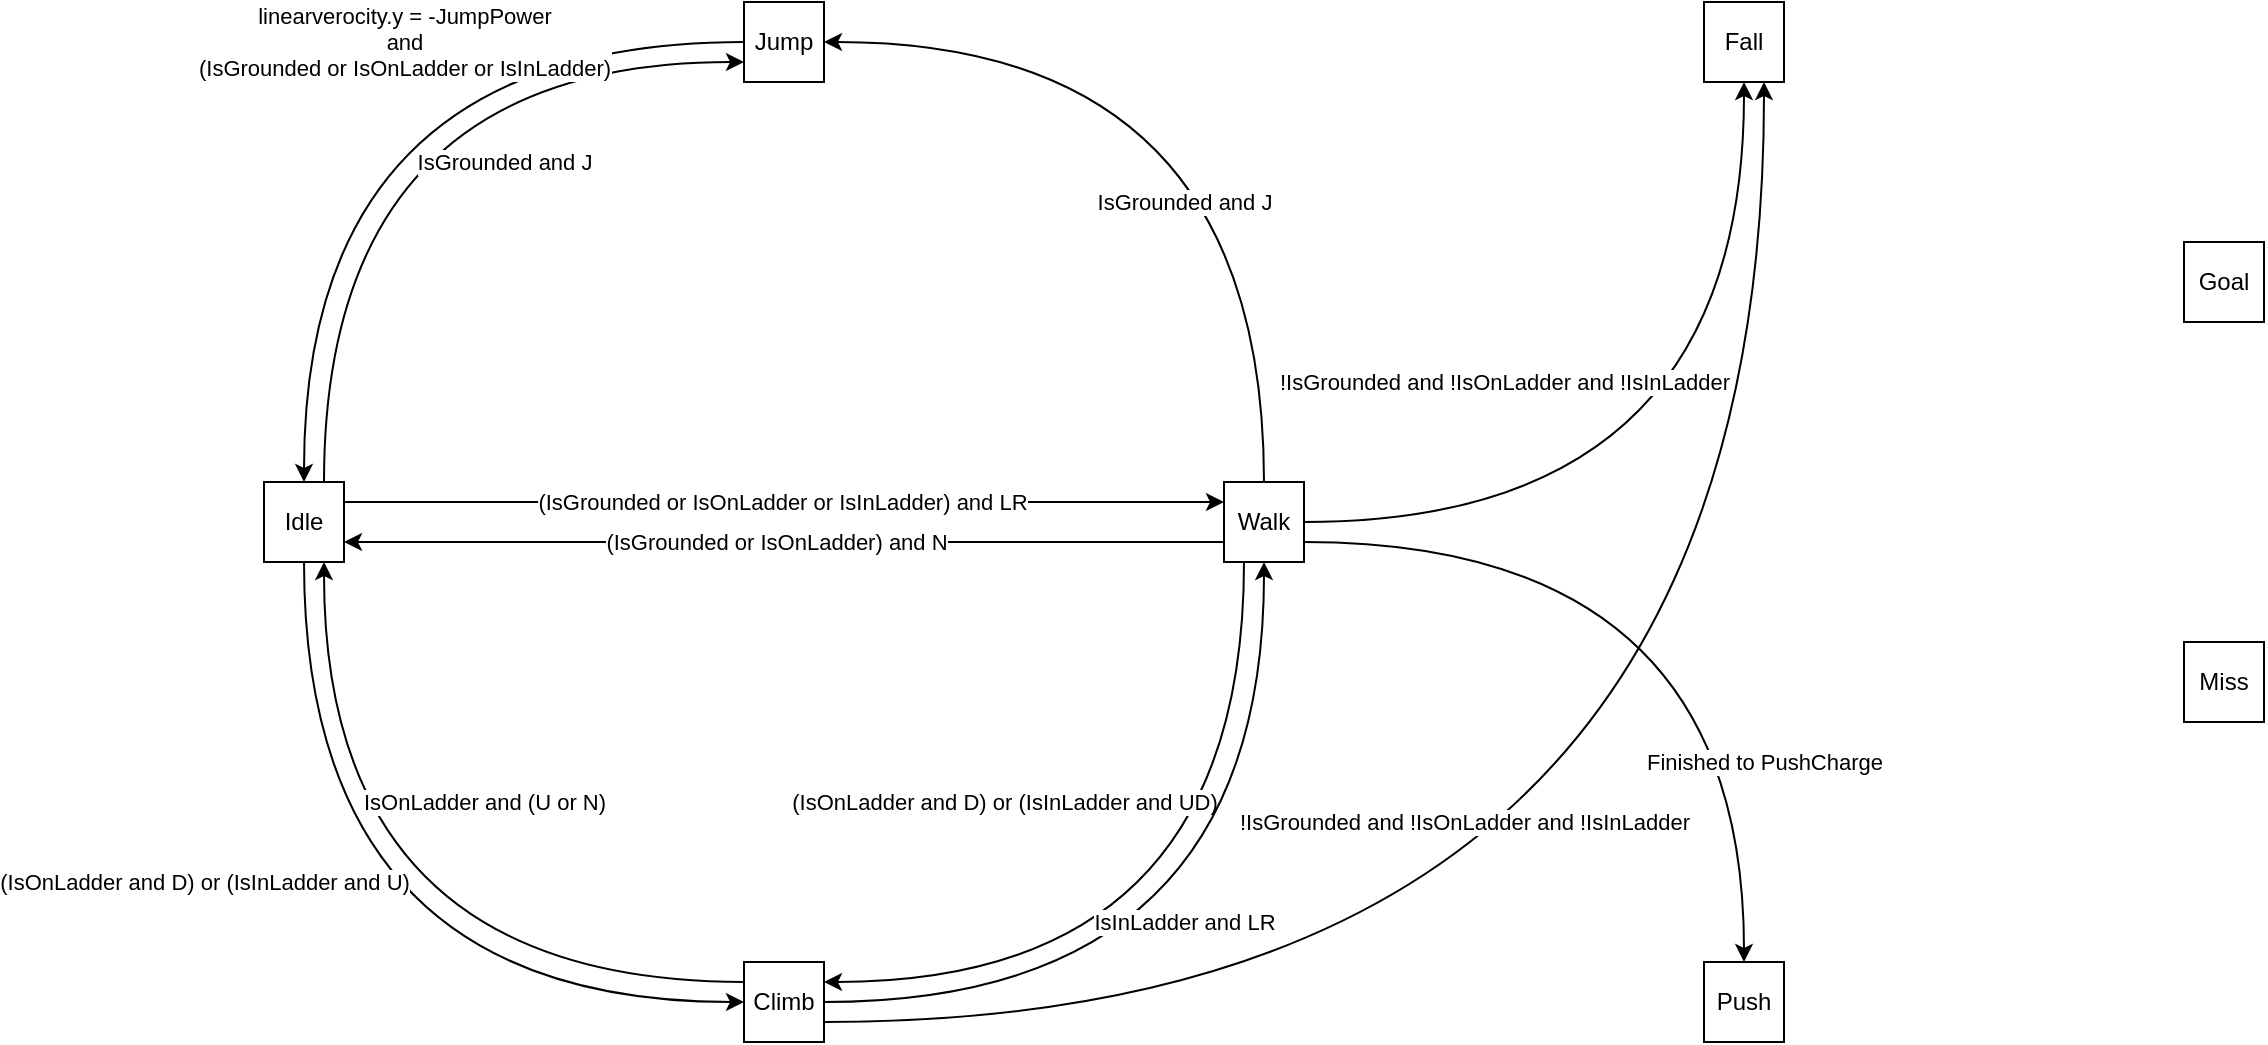
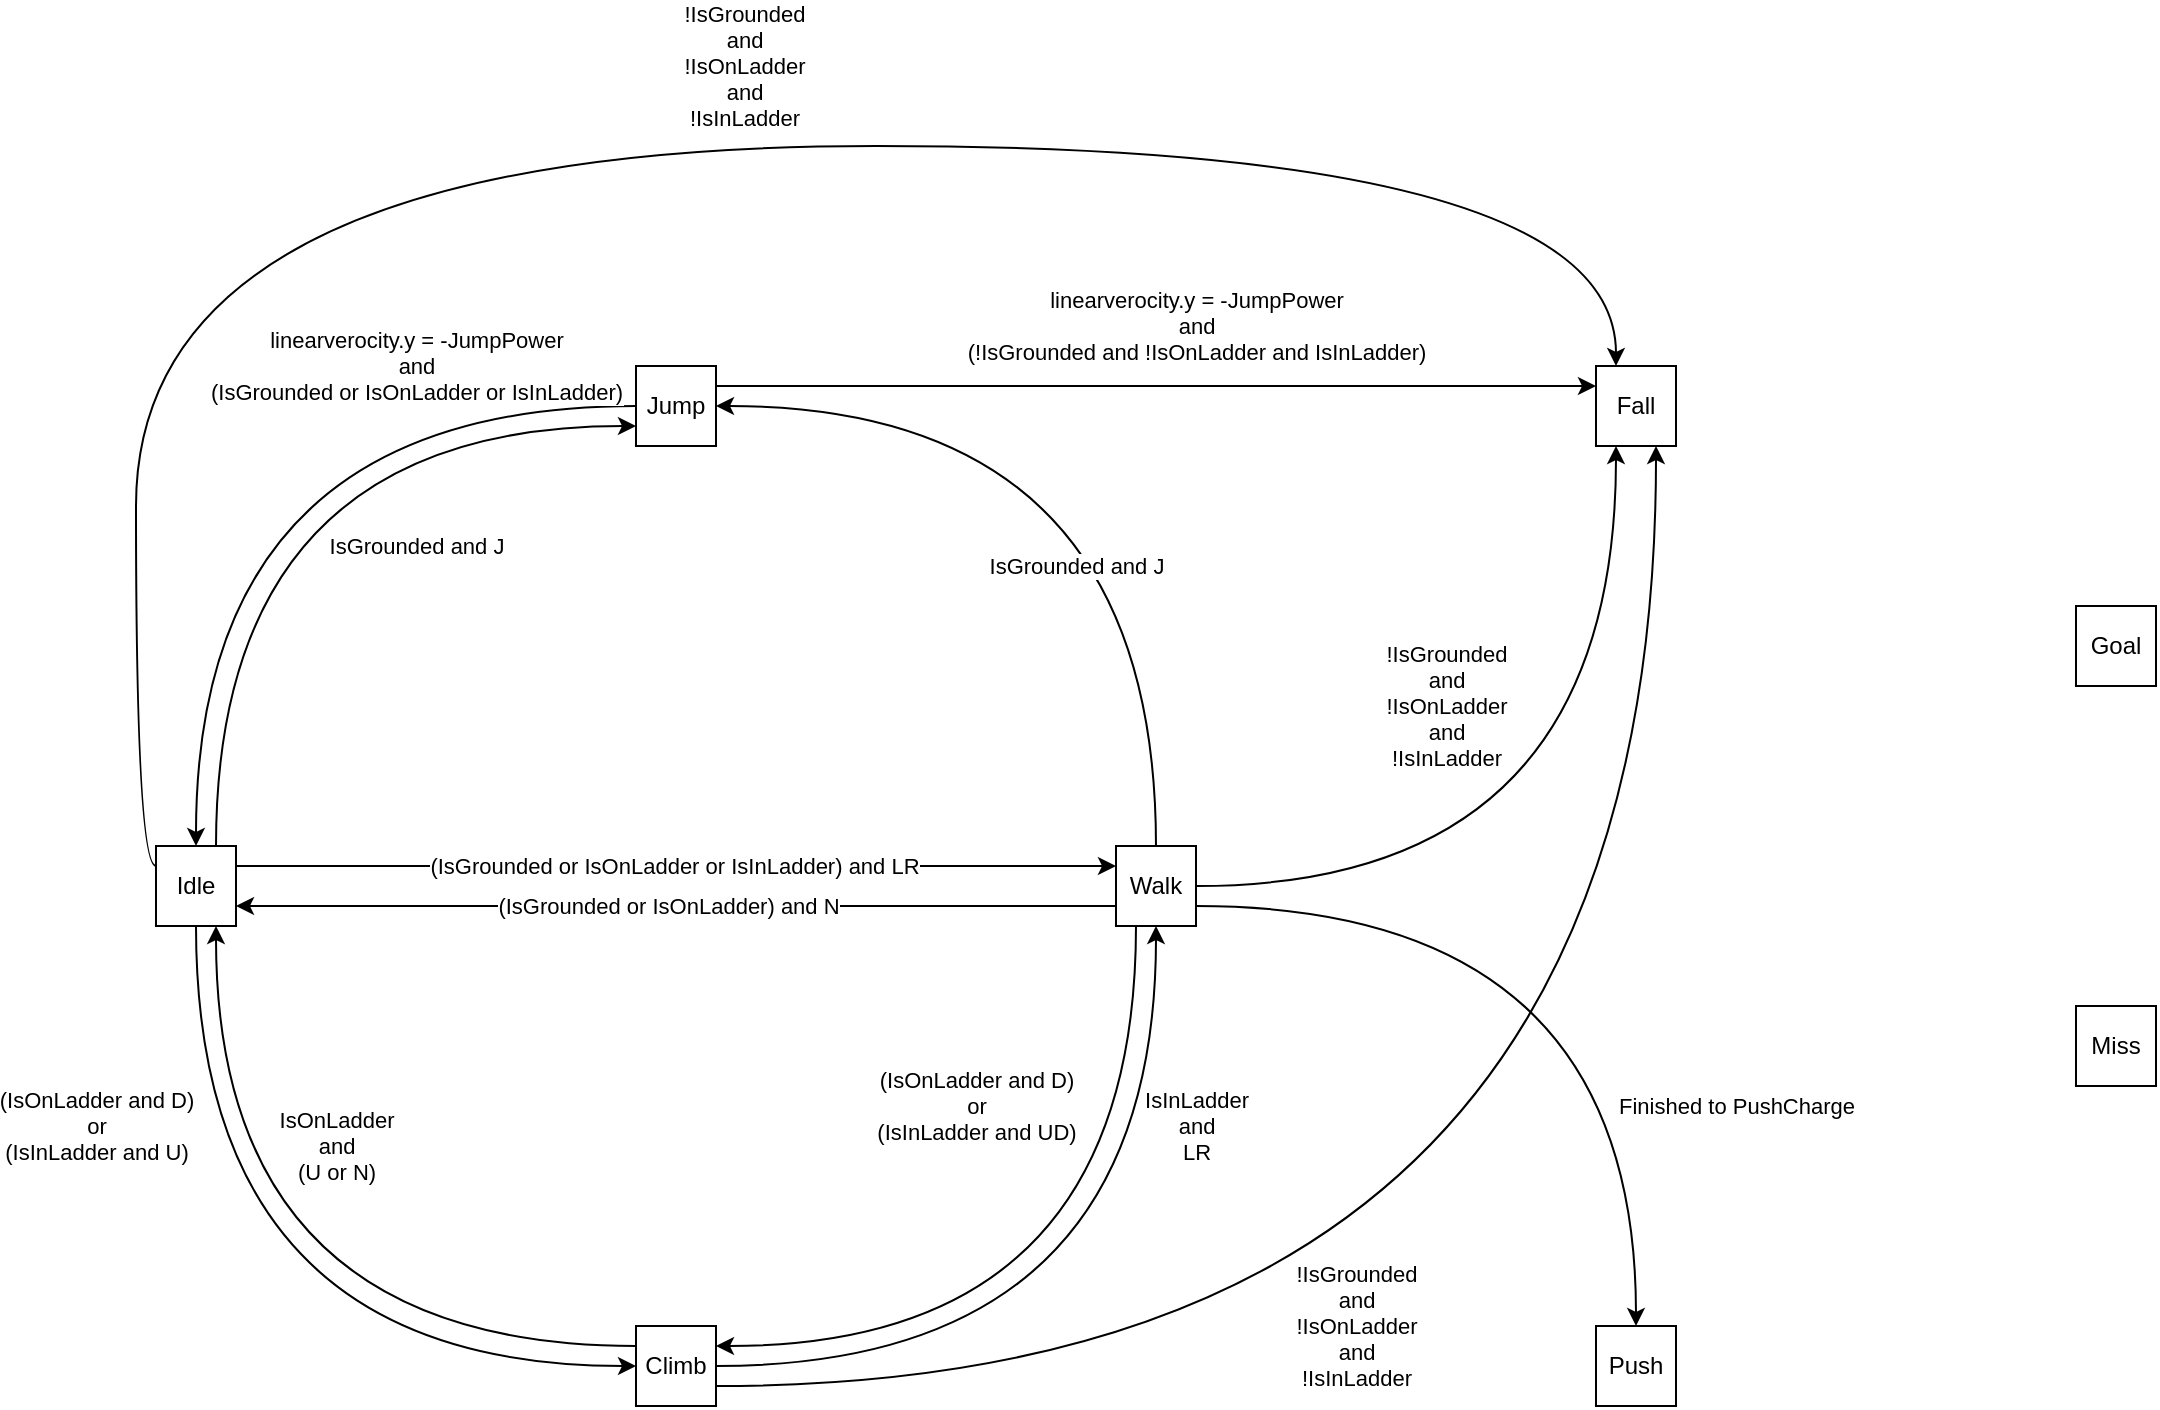
<mxfile host="app.diagrams.net">
  <diagram name="ページ-1" id="eCxLBlFjGUqf7Z6m2j1D">
-     <mxGraphModel dx="693" dy="230" grid="1" gridSize="10" guides="1" tooltips="1" connect="1" arrows="1" fold="1" page="0" pageScale="1" pageWidth="850" pageHeight="1100" math="0" shadow="0">
+     <mxGraphModel dx="2023" dy="361" grid="1" gridSize="10" guides="1" tooltips="1" connect="1" arrows="1" fold="1" page="0" pageScale="1" pageWidth="850" pageHeight="1100" math="0" shadow="0">
      <root>
        <mxCell id="0" />
        <mxCell id="1" parent="0" />
        <mxCell id="jKU9ux3vtCMjaz6sIP6h-1" parent="1" style="rounded=0;whiteSpace=wrap;html=1;" value="Idle" vertex="1">
          <mxGeometry height="40" width="40" x="320" y="920" as="geometry" />
        </mxCell>
        <mxCell id="jKU9ux3vtCMjaz6sIP6h-2" parent="1" style="rounded=0;whiteSpace=wrap;html=1;" value="Walk" vertex="1">
          <mxGeometry height="40" width="40" x="800" y="920" as="geometry" />
        </mxCell>
        <mxCell id="jKU9ux3vtCMjaz6sIP6h-3" edge="1" parent="1" source="jKU9ux3vtCMjaz6sIP6h-1" style="endArrow=classic;html=1;rounded=0;elbow=vertical;edgeStyle=orthogonalEdgeStyle;curved=1;" target="jKU9ux3vtCMjaz6sIP6h-2" value="">
          <mxGeometry relative="1" as="geometry">
            <Array as="points">
              <mxPoint x="570" y="930" />
              <mxPoint x="570" y="930" />
            </Array>
            <mxPoint x="460" y="1010" as="sourcePoint" />
            <mxPoint x="560" y="1010" as="targetPoint" />
          </mxGeometry>
        </mxCell>
        <mxCell id="jKU9ux3vtCMjaz6sIP6h-6" connectable="0" parent="jKU9ux3vtCMjaz6sIP6h-3" style="edgeLabel;html=1;align=center;verticalAlign=middle;resizable=0;points=[];" value="(IsGrounded or IsOnLadder or IsInLadder) and LR" vertex="1">
          <mxGeometry relative="1" x="-0.0281" y="-1" as="geometry">
            <mxPoint x="5" y="-1" as="offset" />
          </mxGeometry>
        </mxCell>
        <mxCell id="jKU9ux3vtCMjaz6sIP6h-7" edge="1" parent="1" source="jKU9ux3vtCMjaz6sIP6h-2" style="endArrow=classic;html=1;rounded=0;elbow=vertical;edgeStyle=orthogonalEdgeStyle;curved=1;" target="jKU9ux3vtCMjaz6sIP6h-1" value="">
          <mxGeometry relative="1" as="geometry">
            <Array as="points">
              <mxPoint x="570" y="950" />
              <mxPoint x="570" y="950" />
            </Array>
            <mxPoint x="740" y="1010" as="sourcePoint" />
            <mxPoint x="410" y="1010" as="targetPoint" />
          </mxGeometry>
        </mxCell>
        <mxCell id="jKU9ux3vtCMjaz6sIP6h-10" connectable="0" parent="jKU9ux3vtCMjaz6sIP6h-7" style="edgeLabel;html=1;align=center;verticalAlign=middle;resizable=0;points=[];" value="(IsGrounded or IsOnLadder) and N" vertex="1">
          <mxGeometry relative="1" x="-0.0281" y="-1" as="geometry">
            <mxPoint x="-10" y="1" as="offset" />
          </mxGeometry>
        </mxCell>
        <mxCell id="jKU9ux3vtCMjaz6sIP6h-11" parent="1" style="rounded=0;whiteSpace=wrap;html=1;" value="Climb" vertex="1">
          <mxGeometry height="40" width="40" x="560" y="1160" as="geometry" />
        </mxCell>
        <mxCell id="jKU9ux3vtCMjaz6sIP6h-12" edge="1" parent="1" source="jKU9ux3vtCMjaz6sIP6h-2" style="endArrow=classic;html=1;rounded=0;elbow=vertical;edgeStyle=orthogonalEdgeStyle;curved=1;" target="jKU9ux3vtCMjaz6sIP6h-11" value="">
          <mxGeometry relative="1" as="geometry">
            <Array as="points">
              <mxPoint x="810" y="1170" />
            </Array>
            <mxPoint x="1030" y="1050" as="sourcePoint" />
            <mxPoint x="710" y="1050" as="targetPoint" />
          </mxGeometry>
        </mxCell>
-         <mxCell id="jKU9ux3vtCMjaz6sIP6h-15" connectable="0" parent="jKU9ux3vtCMjaz6sIP6h-12" style="edgeLabel;html=1;align=center;verticalAlign=middle;resizable=0;points=[];" value="(IsOnLadder and D) or (IsInLadder and UD)" vertex="1">
-           <mxGeometry relative="1" x="-0.0281" y="-1" as="geometry">
-             <mxPoint x="-119" y="-84" as="offset" />
+         <mxCell id="jKU9ux3vtCMjaz6sIP6h-15" connectable="0" parent="jKU9ux3vtCMjaz6sIP6h-12" style="edgeLabel;html=1;align=center;verticalAlign=middle;resizable=0;points=[];" value="(IsOnLadder and D)&lt;div&gt;or&lt;/div&gt;&lt;div&gt;(IsInLadder and UD)&lt;/div&gt;" vertex="1">
+           <mxGeometry relative="1" x="-0.0281" y="-1" as="geometry">
+             <mxPoint x="-79" y="-114" as="offset" />
          </mxGeometry>
        </mxCell>
        <mxCell id="jKU9ux3vtCMjaz6sIP6h-16" edge="1" parent="1" source="jKU9ux3vtCMjaz6sIP6h-11" style="endArrow=classic;html=1;rounded=0;elbow=vertical;edgeStyle=orthogonalEdgeStyle;curved=1;" target="jKU9ux3vtCMjaz6sIP6h-2" value="">
          <mxGeometry relative="1" as="geometry">
            <Array as="points">
              <mxPoint x="820" y="1180" />
            </Array>
            <mxPoint x="872" y="1050" as="sourcePoint" />
            <mxPoint x="720" y="1260" as="targetPoint" />
          </mxGeometry>
        </mxCell>
-         <mxCell id="jKU9ux3vtCMjaz6sIP6h-17" connectable="0" parent="jKU9ux3vtCMjaz6sIP6h-16" style="edgeLabel;resizable=0;html=1;;align=center;verticalAlign=middle;" value="IsInLadder and LR" vertex="1">
-           <mxGeometry relative="1" as="geometry">
-             <mxPoint x="-40" y="-40" as="offset" />
+         <mxCell id="jKU9ux3vtCMjaz6sIP6h-17" connectable="0" parent="jKU9ux3vtCMjaz6sIP6h-16" style="edgeLabel;resizable=0;html=1;;align=center;verticalAlign=middle;" value="IsInLadder&lt;div&gt;and&lt;/div&gt;&lt;div&gt;LR&lt;/div&gt;" vertex="1">
+           <mxGeometry relative="1" as="geometry">
+             <mxPoint x="20" y="-120" as="offset" />
          </mxGeometry>
        </mxCell>
        <mxCell id="jKU9ux3vtCMjaz6sIP6h-22" edge="1" parent="1" source="jKU9ux3vtCMjaz6sIP6h-11" style="endArrow=classic;html=1;rounded=0;elbow=vertical;edgeStyle=orthogonalEdgeStyle;curved=1;" target="jKU9ux3vtCMjaz6sIP6h-1" value="">
          <mxGeometry relative="1" as="geometry">
            <Array as="points">
              <mxPoint x="350" y="1170" />
            </Array>
            <mxPoint x="750" y="1120" as="sourcePoint" />
            <mxPoint x="680" y="1340" as="targetPoint" />
          </mxGeometry>
        </mxCell>
-         <mxCell id="jKU9ux3vtCMjaz6sIP6h-23" connectable="0" parent="jKU9ux3vtCMjaz6sIP6h-22" style="edgeLabel;html=1;align=center;verticalAlign=middle;resizable=0;points=[];" value="IsOnLadder and (U or N)" vertex="1">
-           <mxGeometry relative="1" x="-0.0281" y="-1" as="geometry">
-             <mxPoint x="74" y="-89" as="offset" />
+         <mxCell id="jKU9ux3vtCMjaz6sIP6h-23" connectable="0" parent="jKU9ux3vtCMjaz6sIP6h-22" style="edgeLabel;html=1;align=center;verticalAlign=middle;resizable=0;points=[];" value="IsOnLadder&lt;div&gt;and&lt;/div&gt;&lt;div&gt;(U or N)&lt;/div&gt;" vertex="1">
+           <mxGeometry relative="1" x="-0.0281" y="-1" as="geometry">
+             <mxPoint x="54" y="-99" as="offset" />
          </mxGeometry>
        </mxCell>
        <mxCell id="jKU9ux3vtCMjaz6sIP6h-25" edge="1" parent="1" source="jKU9ux3vtCMjaz6sIP6h-1" style="endArrow=classic;html=1;rounded=0;elbow=vertical;edgeStyle=orthogonalEdgeStyle;curved=1;" target="jKU9ux3vtCMjaz6sIP6h-11" value="">
          <mxGeometry relative="1" as="geometry">
            <Array as="points">
              <mxPoint x="340" y="1180" />
            </Array>
            <mxPoint x="695" y="1335" as="sourcePoint" />
            <mxPoint x="430" y="1100" as="targetPoint" />
          </mxGeometry>
        </mxCell>
-         <mxCell id="jKU9ux3vtCMjaz6sIP6h-26" connectable="0" parent="jKU9ux3vtCMjaz6sIP6h-25" style="edgeLabel;html=1;align=center;verticalAlign=middle;resizable=0;points=[];" value="(IsOnLadder and D) or (IsInLadder and U)" vertex="1">
-           <mxGeometry relative="1" x="-0.0281" y="-1" as="geometry">
-             <mxPoint x="-49" y="-54" as="offset" />
+         <mxCell id="jKU9ux3vtCMjaz6sIP6h-26" connectable="0" parent="jKU9ux3vtCMjaz6sIP6h-25" style="edgeLabel;html=1;align=center;verticalAlign=middle;resizable=0;points=[];" value="(IsOnLadder and D)&lt;div&gt;or&lt;/div&gt;&lt;div&gt;(IsInLadder and U)&lt;/div&gt;" vertex="1">
+           <mxGeometry relative="1" x="-0.0281" y="-1" as="geometry">
+             <mxPoint x="-49" y="-114" as="offset" />
          </mxGeometry>
        </mxCell>
        <mxCell id="jKU9ux3vtCMjaz6sIP6h-27" parent="1" style="rounded=0;whiteSpace=wrap;html=1;" value="Jump" vertex="1">
          <mxGeometry height="40" width="40" x="560" y="680" as="geometry" />
        </mxCell>
        <mxCell id="jKU9ux3vtCMjaz6sIP6h-28" parent="1" style="rounded=0;whiteSpace=wrap;html=1;" value="Fall" vertex="1">
          <mxGeometry height="40" width="40" x="1040" y="680" as="geometry" />
        </mxCell>
        <mxCell id="jKU9ux3vtCMjaz6sIP6h-29" parent="1" style="rounded=0;whiteSpace=wrap;html=1;" value="Push" vertex="1">
          <mxGeometry height="40" width="40" x="1040" y="1160" as="geometry" />
        </mxCell>
        <mxCell id="jKU9ux3vtCMjaz6sIP6h-32" parent="1" style="rounded=0;whiteSpace=wrap;html=1;" value="Goal" vertex="1">
          <mxGeometry height="40" width="40" x="1280" y="800" as="geometry" />
        </mxCell>
        <mxCell id="jKU9ux3vtCMjaz6sIP6h-33" parent="1" style="rounded=0;whiteSpace=wrap;html=1;" value="Miss" vertex="1">
          <mxGeometry height="40" width="40" x="1280" y="1000" as="geometry" />
        </mxCell>
        <mxCell id="jKU9ux3vtCMjaz6sIP6h-35" edge="1" parent="1" source="jKU9ux3vtCMjaz6sIP6h-1" style="endArrow=classic;html=1;rounded=0;elbow=vertical;edgeStyle=orthogonalEdgeStyle;curved=1;" target="jKU9ux3vtCMjaz6sIP6h-27" value="">
          <mxGeometry relative="1" as="geometry">
            <Array as="points">
              <mxPoint x="350" y="710" />
            </Array>
            <mxPoint x="750" y="890" as="sourcePoint" />
            <mxPoint x="1070" y="890" as="targetPoint" />
          </mxGeometry>
        </mxCell>
        <mxCell id="jKU9ux3vtCMjaz6sIP6h-36" connectable="0" parent="jKU9ux3vtCMjaz6sIP6h-35" style="edgeLabel;html=1;align=center;verticalAlign=middle;resizable=0;points=[];" value="IsGrounded and J" vertex="1">
          <mxGeometry relative="1" x="-0.0281" y="-1" as="geometry">
-             <mxPoint x="89" y="44" as="offset" />
+             <mxPoint x="99" y="54" as="offset" />
          </mxGeometry>
        </mxCell>
        <mxCell id="jKU9ux3vtCMjaz6sIP6h-37" edge="1" parent="1" source="jKU9ux3vtCMjaz6sIP6h-2" style="endArrow=classic;html=1;rounded=0;elbow=vertical;edgeStyle=orthogonalEdgeStyle;curved=1;" target="jKU9ux3vtCMjaz6sIP6h-27" value="">
          <mxGeometry relative="1" as="geometry">
            <Array as="points">
              <mxPoint x="820" y="700" />
            </Array>
            <mxPoint x="550" y="975" as="sourcePoint" />
            <mxPoint x="710" y="750" as="targetPoint" />
          </mxGeometry>
        </mxCell>
        <mxCell id="jKU9ux3vtCMjaz6sIP6h-38" connectable="0" parent="jKU9ux3vtCMjaz6sIP6h-37" style="edgeLabel;html=1;align=center;verticalAlign=middle;resizable=0;points=[];" value="IsGrounded and J" vertex="1">
          <mxGeometry relative="1" x="-0.0281" y="-1" as="geometry">
            <mxPoint x="-41" y="74" as="offset" />
          </mxGeometry>
        </mxCell>
        <mxCell id="jKU9ux3vtCMjaz6sIP6h-39" edge="1" parent="1" source="jKU9ux3vtCMjaz6sIP6h-27" style="endArrow=classic;html=1;rounded=0;elbow=vertical;edgeStyle=orthogonalEdgeStyle;curved=1;" target="jKU9ux3vtCMjaz6sIP6h-1" value="">
          <mxGeometry relative="1" as="geometry">
            <Array as="points">
              <mxPoint x="340" y="700" />
            </Array>
            <mxPoint x="500" y="1035" as="sourcePoint" />
            <mxPoint x="660" y="810" as="targetPoint" />
          </mxGeometry>
        </mxCell>
        <mxCell id="jKU9ux3vtCMjaz6sIP6h-40" connectable="0" parent="jKU9ux3vtCMjaz6sIP6h-39" style="edgeLabel;html=1;align=center;verticalAlign=middle;resizable=0;points=[];" value="linearverocity.y = -JumpPower&lt;div&gt;and&lt;/div&gt;&lt;div&gt;(IsGrounded or IsOnLadder or IsInLadder)&lt;/div&gt;" vertex="1">
          <mxGeometry relative="1" x="-0.0281" y="-1" as="geometry">
-             <mxPoint x="44" y="1" as="offset" />
+             <mxPoint x="104" y="-19" as="offset" />
          </mxGeometry>
        </mxCell>
        <mxCell id="MqH4GhcCCnL4xjRbvHN_-1" edge="1" parent="1" source="jKU9ux3vtCMjaz6sIP6h-2" style="endArrow=classic;html=1;rounded=0;elbow=vertical;edgeStyle=orthogonalEdgeStyle;curved=1;" target="jKU9ux3vtCMjaz6sIP6h-28" value="">
          <mxGeometry relative="1" as="geometry">
-             <Array as="points" />
+             <Array as="points">
+               <mxPoint x="1050" y="940" />
+             </Array>
            <mxPoint x="1230" y="1030" as="sourcePoint" />
            <mxPoint x="1000" y="800" as="targetPoint" />
          </mxGeometry>
        </mxCell>
-         <mxCell id="MqH4GhcCCnL4xjRbvHN_-2" connectable="0" parent="MqH4GhcCCnL4xjRbvHN_-1" style="edgeLabel;html=1;align=center;verticalAlign=middle;resizable=0;points=[];" value="!IsGrounded and !IsOnLadder and !IsInLadder" vertex="1">
-           <mxGeometry relative="1" x="-0.0281" y="-1" as="geometry">
-             <mxPoint x="-114" y="-71" as="offset" />
+         <mxCell id="MqH4GhcCCnL4xjRbvHN_-2" connectable="0" parent="MqH4GhcCCnL4xjRbvHN_-1" style="edgeLabel;html=1;align=center;verticalAlign=middle;resizable=0;points=[];" value="!IsGrounded&lt;div&gt;and&lt;/div&gt;&lt;div&gt;!IsOnLadder&lt;/div&gt;&lt;div&gt;and&lt;/div&gt;&lt;div&gt;!IsInLadder&lt;/div&gt;" vertex="1">
+           <mxGeometry relative="1" x="-0.0281" y="-1" as="geometry">
+             <mxPoint x="-84" y="-91" as="offset" />
          </mxGeometry>
        </mxCell>
        <mxCell id="MqH4GhcCCnL4xjRbvHN_-3" edge="1" parent="1" source="jKU9ux3vtCMjaz6sIP6h-11" style="endArrow=classic;html=1;rounded=0;elbow=vertical;edgeStyle=orthogonalEdgeStyle;curved=1;" target="jKU9ux3vtCMjaz6sIP6h-28" value="">
          <mxGeometry relative="1" as="geometry">
            <Array as="points">
              <mxPoint x="1070" y="1190" />
            </Array>
            <mxPoint x="740" y="1200" as="sourcePoint" />
            <mxPoint x="960" y="980" as="targetPoint" />
          </mxGeometry>
        </mxCell>
-         <mxCell id="MqH4GhcCCnL4xjRbvHN_-4" connectable="0" parent="MqH4GhcCCnL4xjRbvHN_-3" style="edgeLabel;html=1;align=center;verticalAlign=middle;resizable=0;points=[];" value="!IsGrounded and !IsOnLadder and !IsInLadder" vertex="1">
-           <mxGeometry relative="1" x="-0.0281" y="-1" as="geometry">
-             <mxPoint x="-137" y="-101" as="offset" />
+         <mxCell id="MqH4GhcCCnL4xjRbvHN_-4" connectable="0" parent="MqH4GhcCCnL4xjRbvHN_-3" style="edgeLabel;html=1;align=center;verticalAlign=middle;resizable=0;points=[];" value="!IsGrounded&lt;div&gt;and&lt;/div&gt;&lt;div&gt;!IsOnLadder&lt;/div&gt;&lt;div&gt;and&lt;/div&gt;&lt;div&gt;!IsInLadder&lt;/div&gt;" vertex="1">
+           <mxGeometry relative="1" x="-0.0281" y="-1" as="geometry">
+             <mxPoint x="-137" y="-31" as="offset" />
          </mxGeometry>
        </mxCell>
        <mxCell id="MqH4GhcCCnL4xjRbvHN_-5" edge="1" parent="1" source="jKU9ux3vtCMjaz6sIP6h-2" style="endArrow=classic;html=1;rounded=0;elbow=vertical;edgeStyle=orthogonalEdgeStyle;curved=1;" target="jKU9ux3vtCMjaz6sIP6h-29" value="">
          <mxGeometry relative="1" as="geometry">
            <Array as="points">
              <mxPoint x="1060" y="950" />
            </Array>
            <mxPoint x="1110" y="1180" as="sourcePoint" />
            <mxPoint x="1330" y="960" as="targetPoint" />
          </mxGeometry>
        </mxCell>
        <mxCell id="MqH4GhcCCnL4xjRbvHN_-6" connectable="0" parent="MqH4GhcCCnL4xjRbvHN_-5" style="edgeLabel;html=1;align=center;verticalAlign=middle;resizable=0;points=[];" value="Finished to PushCharge" vertex="1">
          <mxGeometry relative="1" x="-0.0281" y="-1" as="geometry">
-             <mxPoint x="21" y="109" as="offset" />
+             <mxPoint x="61" y="99" as="offset" />
+           </mxGeometry>
+         </mxCell>
+         <mxCell id="q7M2KpR7zE1HATTDIGC6-1" edge="1" parent="1" source="jKU9ux3vtCMjaz6sIP6h-27" style="endArrow=classic;html=1;rounded=0;elbow=vertical;edgeStyle=orthogonalEdgeStyle;curved=1;" target="jKU9ux3vtCMjaz6sIP6h-28" value="">
+           <mxGeometry relative="1" as="geometry">
+             <Array as="points">
+               <mxPoint x="820" y="690" />
+               <mxPoint x="820" y="690" />
+             </Array>
+             <mxPoint x="880" y="770" as="sourcePoint" />
+             <mxPoint x="660" y="990" as="targetPoint" />
+           </mxGeometry>
+         </mxCell>
+         <mxCell id="q7M2KpR7zE1HATTDIGC6-2" connectable="0" parent="q7M2KpR7zE1HATTDIGC6-1" style="edgeLabel;html=1;align=center;verticalAlign=middle;resizable=0;points=[];" value="linearverocity.y = -JumpPower&lt;div&gt;and&lt;/div&gt;&lt;div&gt;(!IsGrounded and !IsOnLadder and IsInLadder)&lt;/div&gt;" vertex="1">
+           <mxGeometry relative="1" x="-0.0281" y="-1" as="geometry">
+             <mxPoint x="26" y="-31" as="offset" />
+           </mxGeometry>
+         </mxCell>
+         <mxCell id="q7M2KpR7zE1HATTDIGC6-5" edge="1" parent="1" source="jKU9ux3vtCMjaz6sIP6h-1" style="endArrow=classic;html=1;rounded=0;elbow=vertical;edgeStyle=orthogonalEdgeStyle;curved=1;" target="jKU9ux3vtCMjaz6sIP6h-28" value="">
+           <mxGeometry relative="1" as="geometry">
+             <Array as="points">
+               <mxPoint x="310" y="930" />
+               <mxPoint x="310" y="570" />
+               <mxPoint x="1050" y="570" />
+             </Array>
+             <mxPoint x="460" y="910" as="sourcePoint" />
+             <mxPoint x="670" y="690" as="targetPoint" />
+           </mxGeometry>
+         </mxCell>
+         <mxCell id="q7M2KpR7zE1HATTDIGC6-6" connectable="0" parent="q7M2KpR7zE1HATTDIGC6-5" style="edgeLabel;html=1;align=center;verticalAlign=middle;resizable=0;points=[];" value="!IsGrounded&lt;div&gt;and&lt;/div&gt;&lt;div&gt;!IsOnLadder&lt;/div&gt;&lt;div&gt;and&lt;/div&gt;&lt;div&gt;!IsInLadder&lt;/div&gt;" vertex="1">
+           <mxGeometry relative="1" x="-0.0281" y="-1" as="geometry">
+             <mxPoint x="81" y="-41" as="offset" />
          </mxGeometry>
        </mxCell>
      </root>
    </mxGraphModel>
  </diagram>
</mxfile>
